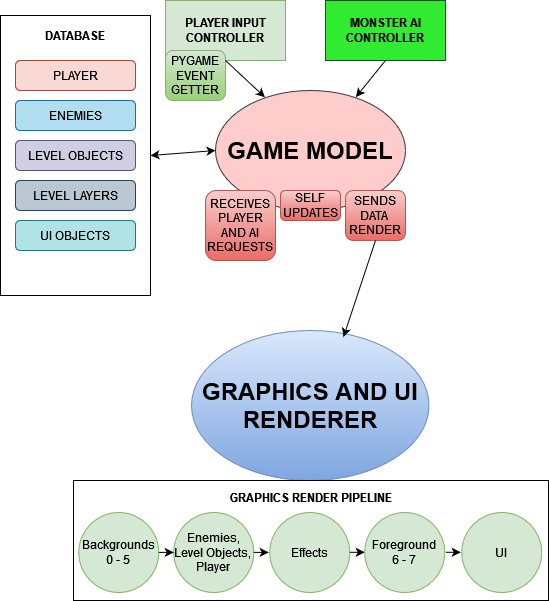
Before: docs/game model.png, a diagram exported from draw.io (LukasJanusk/CAPSTONE1). Source tidied: cells renumbered, new cells last; positions are measured from the earlier drawing's top-left corner, leaving out a move shared by most shapes.
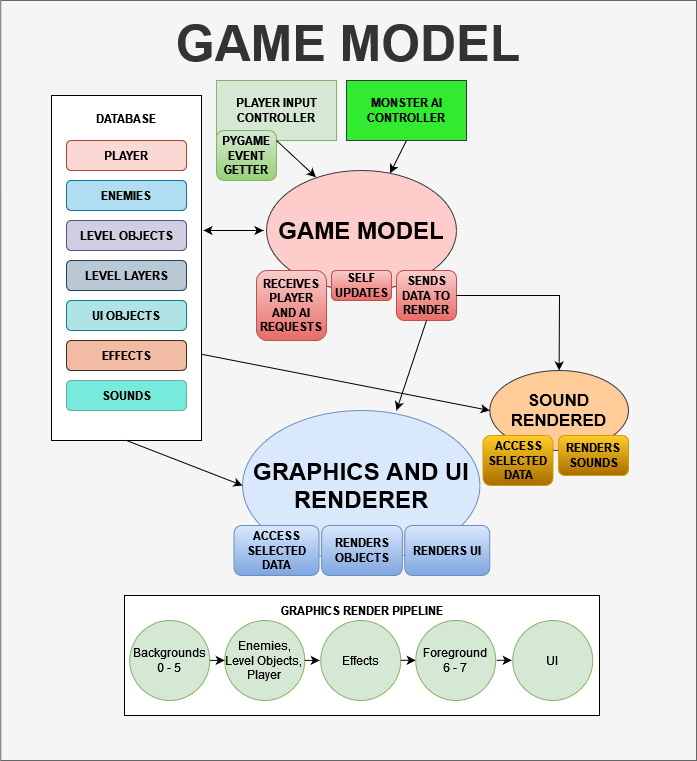
The same file after the commit.

Diff of the diagram source:
```diff
@@ -2,104 +2,149 @@
   <root>
     <mxCell id="0" />
     <mxCell id="1" parent="0" />
+    <mxCell id="30" value="GAME MODEL" style="rounded=0;whiteSpace=wrap;fillColor=#f5f5f5;fontColor=#333333;strokeColor=#666666;fontStyle=1;fontSize=50;spacingTop=-675;" parent="1" vertex="1">
+      <mxGeometry x="-50.8" y="-80" width="695.8" height="760" as="geometry" />
+    </mxCell>
     <mxCell id="2" value="&lt;div&gt;PLAYER INPUT CONTROLLER&lt;/div&gt;" style="rounded=0;whiteSpace=wrap;html=1;fillColor=#d5e8d4;strokeColor=#82b366;fontStyle=1;" parent="1" vertex="1">
       <mxGeometry x="165" width="120" height="60" as="geometry" />
     </mxCell>
     <mxCell id="3" value="MONSTER AI CONTROLLER" style="rounded=0;whiteSpace=wrap;html=1;fillColor=#31EB31;strokeColor=#36393d;fontStyle=1;" parent="1" vertex="1">
-      <mxGeometry x="325" width="120" height="60" as="geometry" />
+      <mxGeometry x="295" width="120" height="60" as="geometry" />
     </mxCell>
     <mxCell id="4" value="&lt;h1&gt;GAME MODEL&lt;br&gt;&lt;/h1&gt;" style="ellipse;whiteSpace=wrap;html=1;fillColor=#ffcccc;strokeColor=#36393d;" parent="1" vertex="1">
       <mxGeometry x="215" y="90" width="190" height="120" as="geometry" />
     </mxCell>
-    <mxCell id="5" value="SELF UPDATES" style="rounded=1;whiteSpace=wrap;html=1;fillColor=#f8cecc;strokeColor=#b85450;gradientColor=#ea6b66;" parent="1" vertex="1">
+    <mxCell id="5" value="&lt;b&gt;SELF UPDATES&lt;/b&gt;" style="rounded=1;whiteSpace=wrap;html=1;fillColor=#f8cecc;strokeColor=#b85450;gradientColor=#ea6b66;" parent="1" vertex="1">
       <mxGeometry x="280" y="190" width="60" height="30" as="geometry" />
     </mxCell>
-    <mxCell id="6" value="SENDS DATA&amp;nbsp; RENDER" style="rounded=1;whiteSpace=wrap;html=1;fillColor=#f8cecc;strokeColor=#b85450;gradientColor=#ea6b66;" parent="1" vertex="1">
+    <mxCell id="6" value="&lt;b&gt;SENDS DATA TO RENDER&lt;/b&gt;" style="rounded=1;whiteSpace=wrap;html=1;fillColor=#f8cecc;strokeColor=#b85450;gradientColor=#ea6b66;" parent="1" vertex="1">
       <mxGeometry x="345" y="190" width="60" height="50" as="geometry" />
     </mxCell>
-    <mxCell id="7" value="RECEIVES&lt;br&gt;PLAYER AND AI REQUESTS" style="rounded=1;whiteSpace=wrap;html=1;fillColor=#f8cecc;strokeColor=#b85450;gradientColor=#ea6b66;" parent="1" vertex="1">
+    <mxCell id="7" value="&lt;b&gt;RECEIVES&lt;br&gt;PLAYER AND AI REQUESTS&lt;/b&gt;" style="rounded=1;whiteSpace=wrap;html=1;fillColor=#f8cecc;strokeColor=#b85450;gradientColor=#ea6b66;" parent="1" vertex="1">
       <mxGeometry x="205" y="190" width="70" height="70" as="geometry" />
     </mxCell>
-    <mxCell id="8" value="PYGAME EVENT GETTER" style="rounded=1;whiteSpace=wrap;html=1;fillColor=#d5e8d4;strokeColor=#82b366;gradientColor=#97d077;" parent="1" vertex="1">
+    <mxCell id="8" value="&lt;b&gt;PYGAME EVENT GETTER&lt;/b&gt;" style="rounded=1;whiteSpace=wrap;html=1;fillColor=#d5e8d4;strokeColor=#82b366;gradientColor=#97d077;" parent="1" vertex="1">
       <mxGeometry x="165" y="50" width="60" height="50" as="geometry" />
     </mxCell>
-    <mxCell id="9" value="&lt;h1&gt;GRAPHICS AND UI RENDERER&lt;/h1&gt;" style="ellipse;whiteSpace=wrap;html=1;fillColor=#dae8fc;strokeColor=#6c8ebf;gradientColor=#7ea6e0;" parent="1" vertex="1">
+    <mxCell id="9" value="&lt;h1&gt;GRAPHICS AND UI RENDERER&lt;/h1&gt;" style="ellipse;whiteSpace=wrap;html=1;fillColor=#dae8fc;strokeColor=#6c8ebf;" parent="1" vertex="1">
       <mxGeometry x="191" y="330" width="237.5" height="150" as="geometry" />
     </mxCell>
-    <mxCell id="10" value="&lt;b&gt;GRAPHICS RENDER PIPELINE&lt;/b&gt;" style="rounded=0;whiteSpace=wrap;html=1;spacingBottom=0;spacingTop=-87;" parent="1" vertex="1">
-      <mxGeometry x="73" y="480" width="475" height="120" as="geometry" />
+    <mxCell id="10" value="&lt;b&gt;GRAPHICS RENDER PIPELINE&lt;/b&gt;" style="rounded=0;whiteSpace=wrap;html=1;spacingBottom=0;spacingTop=-90;" parent="1" vertex="1">
+      <mxGeometry x="73" y="515" width="475" height="120" as="geometry" />
     </mxCell>
     <mxCell id="11" value="&lt;div&gt;Backgrounds&lt;/div&gt;&lt;div&gt;0 - 5&lt;br&gt;&lt;/div&gt;" style="ellipse;whiteSpace=wrap;html=1;fillColor=#d5e8d4;strokeColor=#82b366;" parent="1" vertex="1">
-      <mxGeometry x="78.2" y="512" width="80" height="80" as="geometry" />
+      <mxGeometry x="78.2" y="540" width="80" height="80" as="geometry" />
     </mxCell>
     <mxCell id="12" value="Enemies, Level Objects,&lt;br&gt;Player" style="ellipse;whiteSpace=wrap;html=1;fillColor=#d5e8d4;strokeColor=#82b366;" parent="1" vertex="1">
-      <mxGeometry x="173.2" y="512" width="80" height="80" as="geometry" />
+      <mxGeometry x="173.2" y="540" width="80" height="80" as="geometry" />
     </mxCell>
     <mxCell id="13" style="endArrow=classic;html=1;rounded=0;entryX=0;entryY=0.5;entryDx=0;entryDy=0;exitX=1;exitY=0.5;exitDx=0;exitDy=0;" parent="1" edge="1">
       <mxGeometry relative="1" as="geometry">
-        <mxPoint x="158.2" y="551.9" as="sourcePoint" />
-        <mxPoint x="173.2" y="551.9" as="targetPoint" />
+        <mxPoint x="158.2" y="579.9" as="sourcePoint" />
+        <mxPoint x="173.2" y="579.9" as="targetPoint" />
         <Array as="points">
-          <mxPoint x="163.2" y="551.9" />
+          <mxPoint x="163.2" y="579.9" />
         </Array>
       </mxGeometry>
     </mxCell>
     <mxCell id="14" style="endArrow=classic;html=1;rounded=0;entryX=0;entryY=0.5;entryDx=0;entryDy=0;exitX=1;exitY=0.5;exitDx=0;exitDy=0;" parent="1" edge="1">
       <mxGeometry relative="1" as="geometry">
-        <mxPoint x="253.2" y="551.9" as="sourcePoint" />
-        <mxPoint x="268.2" y="551.9" as="targetPoint" />
+        <mxPoint x="253.2" y="579.9" as="sourcePoint" />
+        <mxPoint x="268.2" y="579.9" as="targetPoint" />
       </mxGeometry>
     </mxCell>
     <mxCell id="15" value="Effects" style="ellipse;whiteSpace=wrap;html=1;fillColor=#d5e8d4;strokeColor=#82b366;" parent="1" vertex="1">
-      <mxGeometry x="269.2" y="512" width="80" height="80" as="geometry" />
+      <mxGeometry x="269.2" y="540" width="80" height="80" as="geometry" />
     </mxCell>
     <mxCell id="16" style="endArrow=classic;html=1;rounded=0;entryX=0;entryY=0.5;entryDx=0;entryDy=0;exitX=1;exitY=0.5;exitDx=0;exitDy=0;" parent="1" edge="1">
       <mxGeometry relative="1" as="geometry">
-        <mxPoint x="349.2" y="551.8" as="sourcePoint" />
-        <mxPoint x="364.2" y="551.8" as="targetPoint" />
+        <mxPoint x="349.2" y="579.8" as="sourcePoint" />
+        <mxPoint x="364.2" y="579.8" as="targetPoint" />
       </mxGeometry>
     </mxCell>
     <mxCell id="17" value="Foreground&lt;br&gt;6 - 7" style="ellipse;whiteSpace=wrap;html=1;fillColor=#d5e8d4;strokeColor=#82b366;" parent="1" vertex="1">
-      <mxGeometry x="364.2" y="512" width="80" height="80" as="geometry" />
+      <mxGeometry x="364.2" y="540" width="80" height="80" as="geometry" />
     </mxCell>
     <mxCell id="18" style="endArrow=classic;html=1;rounded=0;entryX=0;entryY=0.5;entryDx=0;entryDy=0;exitX=1;exitY=0.5;exitDx=0;exitDy=0;" parent="1" edge="1">
       <mxGeometry relative="1" as="geometry">
-        <mxPoint x="445.2" y="551.8" as="sourcePoint" />
-        <mxPoint x="460.2" y="551.8" as="targetPoint" />
+        <mxPoint x="445.2" y="579.8" as="sourcePoint" />
+        <mxPoint x="460.2" y="579.8" as="targetPoint" />
       </mxGeometry>
     </mxCell>
     <mxCell id="19" value="UI" style="ellipse;whiteSpace=wrap;html=1;fillColor=#d5e8d4;strokeColor=#82b366;" parent="1" vertex="1">
-      <mxGeometry x="461.2" y="512" width="80" height="80" as="geometry" />
+      <mxGeometry x="461.2" y="540" width="80" height="80" as="geometry" />
     </mxCell>
-    <mxCell id="20" value="DATABASE" style="rounded=0;whiteSpace=wrap;html=1;spacingTop=-240;fontStyle=1;" parent="1" vertex="1">
-      <mxGeometry y="15" width="150" height="280" as="geometry" />
+    <mxCell id="20" value="DATABASE" style="rounded=0;whiteSpace=wrap;html=1;spacingTop=-300;fontStyle=1;" parent="1" vertex="1">
+      <mxGeometry y="15" width="150" height="345" as="geometry" />
     </mxCell>
-    <mxCell id="21" value="ENEMIES" style="rounded=1;whiteSpace=wrap;html=1;fillColor=#b1ddf0;strokeColor=#10739e;" parent="1" vertex="1">
+    <mxCell id="21" value="&lt;b&gt;ENEMIES&lt;/b&gt;" style="rounded=1;whiteSpace=wrap;html=1;fillColor=#b1ddf0;strokeColor=#10739e;" parent="1" vertex="1">
       <mxGeometry x="15" y="100" width="120" height="30" as="geometry" />
     </mxCell>
-    <mxCell id="22" value="PLAYER" style="rounded=1;whiteSpace=wrap;html=1;fillColor=#fad9d5;strokeColor=#ae4132;" parent="1" vertex="1">
+    <mxCell id="22" value="&lt;b&gt;PLAYER&lt;/b&gt;" style="rounded=1;whiteSpace=wrap;html=1;fillColor=#fad9d5;strokeColor=#ae4132;" parent="1" vertex="1">
       <mxGeometry x="15" y="60" width="120" height="30" as="geometry" />
     </mxCell>
-    <mxCell id="23" value="LEVEL OBJECTS" style="rounded=1;whiteSpace=wrap;html=1;fillColor=#d0cee2;strokeColor=#56517e;" parent="1" vertex="1">
+    <mxCell id="23" value="&lt;b&gt;LEVEL OBJECTS&lt;/b&gt;" style="rounded=1;whiteSpace=wrap;html=1;fillColor=#d0cee2;strokeColor=#56517e;" parent="1" vertex="1">
       <mxGeometry x="15" y="140" width="120" height="30" as="geometry" />
     </mxCell>
-    <mxCell id="24" value="LEVEL LAYERS" style="rounded=1;whiteSpace=wrap;html=1;fillColor=#bac8d3;strokeColor=#23445d;" parent="1" vertex="1">
+    <mxCell id="24" value="&lt;b&gt;LEVEL LAYERS&lt;/b&gt;" style="rounded=1;whiteSpace=wrap;html=1;fillColor=#bac8d3;strokeColor=#23445d;" parent="1" vertex="1">
       <mxGeometry x="15" y="180" width="120" height="30" as="geometry" />
     </mxCell>
-    <mxCell id="25" value="UI OBJECTS" style="rounded=1;whiteSpace=wrap;html=1;fillColor=#b0e3e6;strokeColor=#0e8088;" parent="1" vertex="1">
+    <mxCell id="25" value="&lt;b&gt;UI OBJECTS&lt;/b&gt;" style="rounded=1;whiteSpace=wrap;html=1;fillColor=#b0e3e6;strokeColor=#0e8088;" parent="1" vertex="1">
       <mxGeometry x="15" y="220" width="120" height="30" as="geometry" />
     </mxCell>
-    <mxCell id="26" style="endArrow=classic;html=1;rounded=0;entryX=0.64;entryY=0.043;entryDx=0;entryDy=0;entryPerimeter=0;exitX=0.5;exitY=1;exitDx=0;exitDy=0;" parent="1" edge="1" source="6" target="9">
-      <mxGeometry relative="1" as="geometry" />
+    <mxCell id="26" style="endArrow=classic;html=1;rounded=0;exitX=0.5;exitY=1;exitDx=0;exitDy=0;" parent="1" edge="1" source="6">
+      <mxGeometry relative="1" as="geometry">
+        <mxPoint x="345" y="330" as="targetPoint" />
+      </mxGeometry>
     </mxCell>
-    <mxCell id="27" style="endArrow=classic;html=1;rounded=0;exitX=0.5;exitY=1;exitDx=0;exitDy=0;entryX=0.739;entryY=0.055;entryDx=0;entryDy=0;entryPerimeter=0;" parent="1" edge="1" source="3" target="4">
+    <mxCell id="27" style="endArrow=classic;html=1;rounded=0;exitX=0.5;exitY=1;exitDx=0;exitDy=0;" parent="1" edge="1" source="3" target="4">
       <mxGeometry relative="1" as="geometry" />
     </mxCell>
     <mxCell id="28" style="endArrow=classic;html=1;rounded=0;entryX=0.26;entryY=0.056;entryDx=0;entryDy=0;entryPerimeter=0;exitX=0.5;exitY=1;exitDx=0;exitDy=0;" parent="1" edge="1" source="2" target="4">
       <mxGeometry relative="1" as="geometry" />
     </mxCell>
-    <mxCell id="29" style="endArrow=classic;startArrow=classic;html=1;rounded=0;entryX=0;entryY=0.5;entryDx=0;entryDy=0;exitX=1;exitY=0.5;exitDx=0;exitDy=0;" parent="1" edge="1" source="20" target="4">
-      <mxGeometry relative="1" as="geometry" />
+    <mxCell id="29" style="endArrow=classic;startArrow=classic;html=1;rounded=0;entryX=0;entryY=0.5;entryDx=0;entryDy=0;" parent="1" edge="1">
+      <mxGeometry relative="1" as="geometry">
+        <mxPoint x="152" y="150" as="sourcePoint" />
+        <mxPoint x="212" y="150" as="targetPoint" />
+      </mxGeometry>
     </mxCell>
+    <mxCell id="31" value="&lt;b&gt;EFFECTS&lt;/b&gt;" style="rounded=1;whiteSpace=wrap;html=1;fillColor=#F1BBA4;strokeColor=#3D311B;" parent="1" vertex="1">
+      <mxGeometry x="15" y="260" width="120" height="30" as="geometry" />
+    </mxCell>
+    <mxCell id="32" value="&lt;b&gt;ACCESS&lt;br&gt;SELECTED DATA&lt;/b&gt;" style="rounded=1;whiteSpace=wrap;html=1;fillColor=#dae8fc;strokeColor=#6c8ebf;gradientColor=#7ea6e0;" parent="1" vertex="1">
+      <mxGeometry x="182.5" y="445" width="85" height="50" as="geometry" />
+    </mxCell>
+    <mxCell id="33" value="&lt;b&gt;RENDERS OBJECTS&lt;/b&gt;" style="rounded=1;whiteSpace=wrap;html=1;fillColor=#dae8fc;strokeColor=#6c8ebf;gradientColor=#7ea6e0;" parent="1" vertex="1">
+      <mxGeometry x="270.1" y="445" width="80.8" height="50" as="geometry" />
+    </mxCell>
+    <mxCell id="34" value="&lt;b&gt;RENDERS UI&lt;/b&gt;" style="rounded=1;whiteSpace=wrap;html=1;fillColor=#dae8fc;strokeColor=#6c8ebf;gradientColor=#7ea6e0;" parent="1" vertex="1">
+      <mxGeometry x="353.2" y="445" width="85" height="50" as="geometry" />
+    </mxCell>
+    <mxCell id="35" value="&lt;b&gt;SOUNDS&lt;/b&gt;" style="rounded=1;whiteSpace=wrap;html=1;fillColor=#76EBDB;strokeColor=#67AB9F;" parent="1" vertex="1">
+      <mxGeometry x="15" y="300" width="120" height="30" as="geometry" />
+    </mxCell>
+    <mxCell id="36" value="&lt;font size=&quot;1&quot;&gt;&lt;b&gt;&lt;font style=&quot;font-size: 17px;&quot;&gt;SOUND RENDERED&lt;/font&gt;&lt;/b&gt;&lt;/font&gt;" style="ellipse;whiteSpace=wrap;html=1;fillColor=#ffcc99;strokeColor=#36393d;" parent="1" vertex="1">
+      <mxGeometry x="438.2" y="290" width="138.8" height="80" as="geometry" />
+    </mxCell>
+    <mxCell id="37" style="endArrow=classic;html=1;rounded=0;entryX=0.5;entryY=0;entryDx=0;entryDy=0;exitX=1;exitY=0.5;exitDx=0;exitDy=0;" parent="1" edge="1" source="6" target="36">
+      <mxGeometry relative="1" as="geometry">
+        <Array as="points">
+          <mxPoint x="508" y="215" />
+        </Array>
+      </mxGeometry>
+    </mxCell>
+    <mxCell id="38" style="endArrow=classic;html=1;rounded=0;entryX=0;entryY=0.5;entryDx=0;entryDy=0;exitX=0.5;exitY=1;exitDx=0;exitDy=0;" parent="1" edge="1" source="20" target="9">
+      <mxGeometry relative="1" as="geometry" />
+    </mxCell>
+    <mxCell id="39" style="endArrow=classic;html=1;rounded=0;exitX=1;exitY=0.75;exitDx=0;exitDy=0;entryX=0;entryY=0.5;entryDx=0;entryDy=0;" parent="1" edge="1" source="20" target="36">
+      <mxGeometry relative="1" as="geometry" />
+    </mxCell>
+    <mxCell id="40" value="&lt;b&gt;ACCESS SELECTED&lt;br&gt;DATA&lt;/b&gt;" style="rounded=1;whiteSpace=wrap;html=1;fillColor=#ffcd28;strokeColor=#d79b00;gradientColor=#A86D00;" parent="1" vertex="1">
+      <mxGeometry x="431.5" y="355" width="70" height="50" as="geometry" />
+    </mxCell>
+    <mxCell id="41" value="&lt;b&gt;RENDERS SOUNDS&lt;/b&gt;" style="rounded=1;whiteSpace=wrap;html=1;fillColor=#ffcd28;strokeColor=#d79b00;gradientColor=#A86D00;" parent="1" vertex="1">
+      <mxGeometry x="507" y="355" width="70" height="40" as="geometry" />
+    </mxCell>
   </root>
 </mxGraphModel>
```
